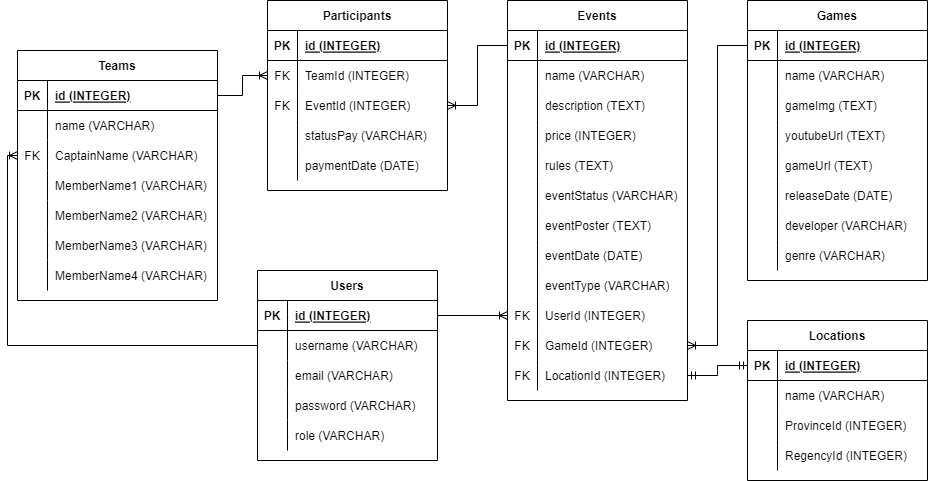
This is refrences/ERD DB Schema/Gametive Schema ERD.png from YohKristian/Gametive, a draw.io export, as it was before one commit. Source tidied: cells renumbered, new cells last; positions are measured from the earlier drawing's top-left corner, leaving out a move shared by most shapes.
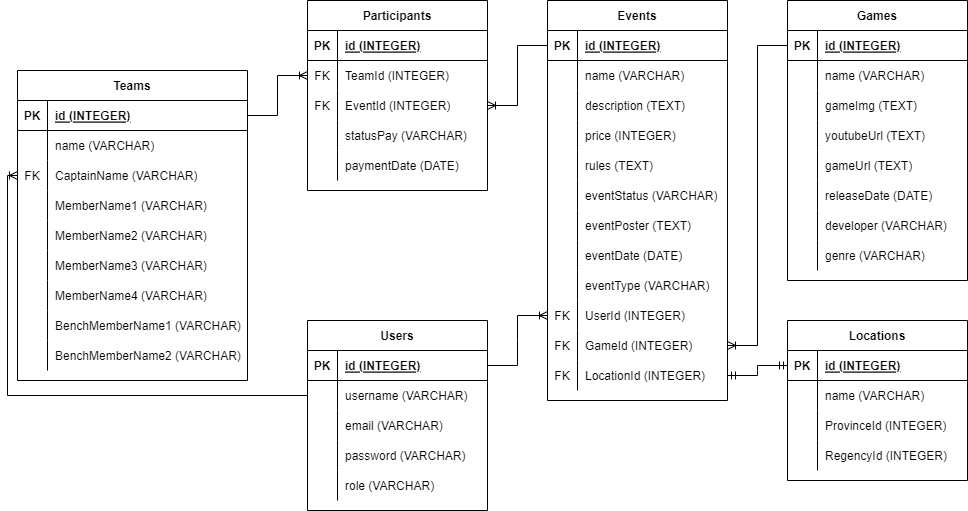
The same file after the commit.

Commit message:
feat: add new column and constraint in teams

Change to the diagram source:
```diff
@@ -3,7 +3,7 @@
     <mxCell id="0" />
     <mxCell id="1" parent="0" />
     <mxCell id="2" value="Users" style="shape=table;startSize=30;rowLines=0;fontStyle=1;align=center;" parent="1" vertex="1">
-      <mxGeometry x="240" y="270" width="180" height="190" as="geometry" />
+      <mxGeometry x="250" y="320" width="180" height="190" as="geometry" />
     </mxCell>
     <mxCell id="3" style="shape=tableRow;horizontal=0;startSize=0;swimlaneHead=0;swimlaneBody=0;fillColor=none;points=[[0,0.5],[1,0.5]];portConstraint=eastwest;top=0;left=0;right=0;bottom=1;" parent="2" vertex="1">
       <mxGeometry y="30" width="180" height="30" as="geometry" />
@@ -336,71 +336,89 @@
       <mxGeometry relative="1" as="geometry" />
     </mxCell>
     <mxCell id="113" value="Teams" style="shape=table;startSize=30;rowLines=0;fontStyle=1;align=center;" parent="1" vertex="1">
-      <mxGeometry y="50" width="200" height="250" as="geometry" />
+      <mxGeometry x="-40" y="70" width="230" height="310" as="geometry" />
     </mxCell>
     <mxCell id="114" style="shape=tableRow;horizontal=0;startSize=0;swimlaneHead=0;swimlaneBody=0;fillColor=none;points=[[0,0.5],[1,0.5]];portConstraint=eastwest;top=0;left=0;right=0;bottom=1;" parent="113" vertex="1">
-      <mxGeometry y="30" width="200" height="30" as="geometry" />
+      <mxGeometry y="30" width="230" height="30" as="geometry" />
     </mxCell>
     <mxCell id="115" value="PK" style="shape=partialRectangle;fillColor=none;top=0;left=0;bottom=0;right=0;fontStyle=1;overflow=hidden;" parent="114" vertex="1">
       <mxGeometry width="30" height="30" as="geometry" />
     </mxCell>
     <mxCell id="116" value="id (INTEGER)" style="shape=partialRectangle;fillColor=none;top=0;left=0;bottom=0;right=0;align=left;spacingLeft=6;fontStyle=5;overflow=hidden;" parent="114" vertex="1">
-      <mxGeometry x="30" width="170" height="30" as="geometry" />
+      <mxGeometry x="30" width="200" height="30" as="geometry" />
     </mxCell>
     <mxCell id="117" style="shape=tableRow;horizontal=0;startSize=0;swimlaneHead=0;swimlaneBody=0;fillColor=none;top=0;left=0;right=0;bottom=0;" parent="113" vertex="1">
-      <mxGeometry y="60" width="200" height="30" as="geometry" />
+      <mxGeometry y="60" width="230" height="30" as="geometry" />
     </mxCell>
     <mxCell id="118" style="shape=partialRectangle;fillColor=none;top=0;left=0;bottom=0;right=0;overflow=hidden;" parent="117" vertex="1">
       <mxGeometry width="30" height="30" as="geometry" />
     </mxCell>
     <mxCell id="119" value="name (VARCHAR)" style="shape=partialRectangle;fillColor=none;top=0;left=0;bottom=0;right=0;align=left;spacingLeft=6;overflow=hidden;" parent="117" vertex="1">
-      <mxGeometry x="30" width="170" height="30" as="geometry" />
+      <mxGeometry x="30" width="200" height="30" as="geometry" />
     </mxCell>
     <mxCell id="120" style="shape=tableRow;horizontal=0;startSize=0;swimlaneHead=0;swimlaneBody=0;fillColor=none;points=[[0,0.5],[1,0.5]];portConstraint=eastwest;top=0;left=0;right=0;bottom=0;" parent="113" vertex="1">
-      <mxGeometry y="90" width="200" height="30" as="geometry" />
+      <mxGeometry y="90" width="230" height="30" as="geometry" />
     </mxCell>
     <mxCell id="121" value="FK" style="shape=partialRectangle;fillColor=none;top=0;left=0;bottom=0;right=0;overflow=hidden;" parent="120" vertex="1">
       <mxGeometry width="30" height="30" as="geometry" />
     </mxCell>
     <mxCell id="122" value="CaptainName (VARCHAR)" style="shape=partialRectangle;fillColor=none;top=0;left=0;bottom=0;right=0;align=left;spacingLeft=6;overflow=hidden;" parent="120" vertex="1">
-      <mxGeometry x="30" width="170" height="30" as="geometry" />
+      <mxGeometry x="30" width="200" height="30" as="geometry" />
     </mxCell>
     <mxCell id="123" style="shape=tableRow;horizontal=0;startSize=0;swimlaneHead=0;swimlaneBody=0;fillColor=none;top=0;left=0;right=0;bottom=0;" parent="113" vertex="1">
-      <mxGeometry y="120" width="200" height="30" as="geometry" />
+      <mxGeometry y="120" width="230" height="30" as="geometry" />
     </mxCell>
     <mxCell id="124" style="shape=partialRectangle;fillColor=none;top=0;left=0;bottom=0;right=0;overflow=hidden;" parent="123" vertex="1">
       <mxGeometry width="30" height="30" as="geometry" />
     </mxCell>
     <mxCell id="125" value="MemberName1 (VARCHAR)" style="shape=partialRectangle;fillColor=none;top=0;left=0;bottom=0;right=0;align=left;spacingLeft=6;overflow=hidden;" parent="123" vertex="1">
-      <mxGeometry x="30" width="170" height="30" as="geometry" />
+      <mxGeometry x="30" width="200" height="30" as="geometry" />
     </mxCell>
     <mxCell id="126" style="shape=tableRow;horizontal=0;startSize=0;swimlaneHead=0;swimlaneBody=0;fillColor=none;top=0;left=0;right=0;bottom=0;" parent="113" vertex="1">
-      <mxGeometry y="150" width="200" height="30" as="geometry" />
+      <mxGeometry y="150" width="230" height="30" as="geometry" />
     </mxCell>
     <mxCell id="127" style="shape=partialRectangle;fillColor=none;top=0;left=0;bottom=0;right=0;overflow=hidden;" parent="126" vertex="1">
       <mxGeometry width="30" height="30" as="geometry" />
     </mxCell>
     <mxCell id="128" value="MemberName2 (VARCHAR)" style="shape=partialRectangle;fillColor=none;top=0;left=0;bottom=0;right=0;align=left;spacingLeft=6;overflow=hidden;" parent="126" vertex="1">
-      <mxGeometry x="30" width="170" height="30" as="geometry" />
+      <mxGeometry x="30" width="200" height="30" as="geometry" />
     </mxCell>
     <mxCell id="129" style="shape=tableRow;horizontal=0;startSize=0;swimlaneHead=0;swimlaneBody=0;fillColor=none;top=0;left=0;right=0;bottom=0;" parent="113" vertex="1">
-      <mxGeometry y="180" width="200" height="30" as="geometry" />
+      <mxGeometry y="180" width="230" height="30" as="geometry" />
     </mxCell>
     <mxCell id="130" style="shape=partialRectangle;fillColor=none;top=0;left=0;bottom=0;right=0;overflow=hidden;" parent="129" vertex="1">
       <mxGeometry width="30" height="30" as="geometry" />
     </mxCell>
     <mxCell id="131" value="MemberName3 (VARCHAR)" style="shape=partialRectangle;fillColor=none;top=0;left=0;bottom=0;right=0;align=left;spacingLeft=6;overflow=hidden;" parent="129" vertex="1">
-      <mxGeometry x="30" width="170" height="30" as="geometry" />
+      <mxGeometry x="30" width="200" height="30" as="geometry" />
     </mxCell>
     <mxCell id="132" style="shape=tableRow;horizontal=0;startSize=0;swimlaneHead=0;swimlaneBody=0;fillColor=none;top=0;left=0;right=0;bottom=0;" parent="113" vertex="1">
-      <mxGeometry y="210" width="200" height="30" as="geometry" />
+      <mxGeometry y="210" width="230" height="30" as="geometry" />
     </mxCell>
     <mxCell id="133" style="shape=partialRectangle;fillColor=none;top=0;left=0;bottom=0;right=0;overflow=hidden;" parent="132" vertex="1">
       <mxGeometry width="30" height="30" as="geometry" />
     </mxCell>
     <mxCell id="134" value="MemberName4 (VARCHAR)" style="shape=partialRectangle;fillColor=none;top=0;left=0;bottom=0;right=0;align=left;spacingLeft=6;overflow=hidden;" parent="132" vertex="1">
-      <mxGeometry x="30" width="170" height="30" as="geometry" />
+      <mxGeometry x="30" width="200" height="30" as="geometry" />
     </mxCell>
+    <mxCell id="137" style="shape=tableRow;horizontal=0;startSize=0;swimlaneHead=0;swimlaneBody=0;fillColor=none;top=0;left=0;right=0;bottom=0;" parent="113" vertex="1">
+      <mxGeometry y="240" width="230" height="30" as="geometry" />
+    </mxCell>
+    <mxCell id="138" style="shape=partialRectangle;fillColor=none;top=0;left=0;bottom=0;right=0;overflow=hidden;" parent="137" vertex="1">
+      <mxGeometry width="30" height="30" as="geometry" />
+    </mxCell>
+    <mxCell id="139" value="BenchMemberName1 (VARCHAR)" style="shape=partialRectangle;fillColor=none;top=0;left=0;bottom=0;right=0;align=left;spacingLeft=6;overflow=hidden;" parent="137" vertex="1">
+      <mxGeometry x="30" width="200" height="30" as="geometry" />
+    </mxCell>
+    <mxCell id="140" style="shape=tableRow;horizontal=0;startSize=0;swimlaneHead=0;swimlaneBody=0;fillColor=none;top=0;left=0;right=0;bottom=0;" parent="113" vertex="1">
+      <mxGeometry y="270" width="230" height="30" as="geometry" />
+    </mxCell>
+    <mxCell id="141" style="shape=partialRectangle;fillColor=none;top=0;left=0;bottom=0;right=0;overflow=hidden;" parent="140" vertex="1">
+      <mxGeometry width="30" height="30" as="geometry" />
+    </mxCell>
+    <mxCell id="142" value="BenchMemberName2 (VARCHAR)" style="shape=partialRectangle;fillColor=none;top=0;left=0;bottom=0;right=0;align=left;spacingLeft=6;overflow=hidden;" parent="140" vertex="1">
+      <mxGeometry x="30" width="200" height="30" as="geometry" />
+    </mxCell>
     <mxCell id="135" style="edgeStyle=orthogonalEdgeStyle;fontSize=12;html=1;endArrow=ERoneToMany;rounded=0;exitX=0;exitY=0.5;exitDx=0;exitDy=0;entryX=0;entryY=0.5;entryDx=0;entryDy=0;" parent="1" edge="1" source="6" target="120">
       <mxGeometry relative="1" as="geometry" />
     </mxCell>
```
